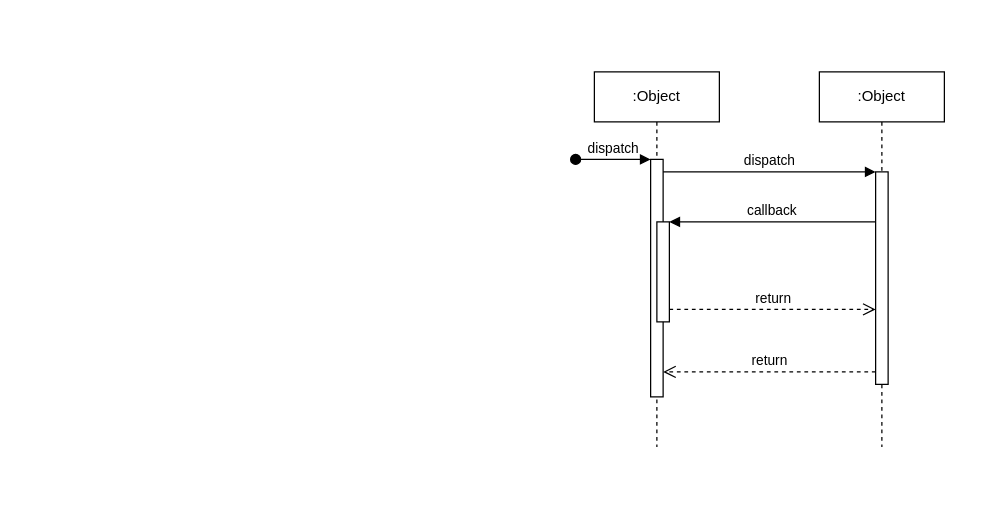
ahsansiddiqui2/ER_Diagram keeps this draw.io diagram as Sequence.drawio. Above is the earlier version. Source tidied: cells renumbered, new cells numbered last; positions are measured from the earlier drawing's top-left corner, leaving out a move shared by most shapes. Both pictures are drawn from the tidied source at 125%, with x=0, y=0 at pixel (575, 71).
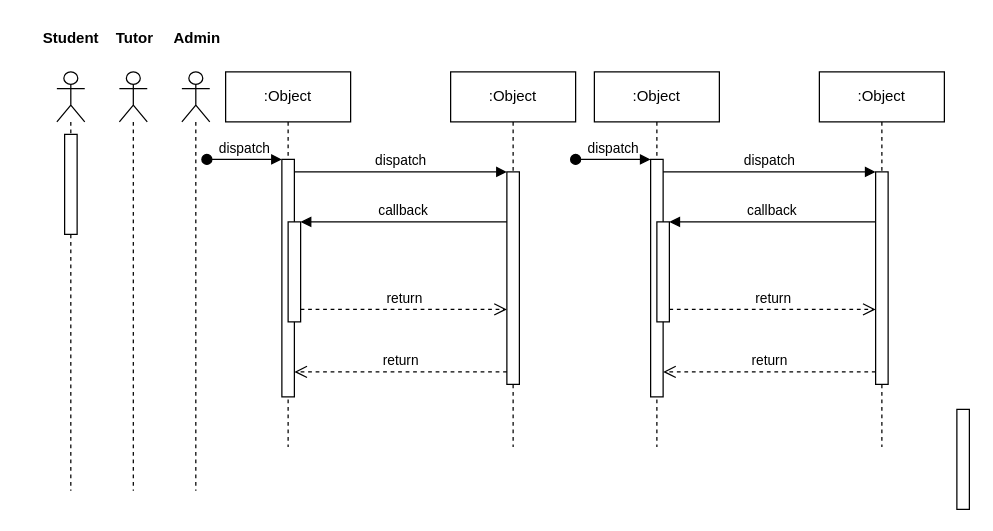
The same diagram, later.

Change to the diagram source:
```diff
@@
+    <mxCell id="12" style="shape=umlLifeline;perimeter=lifelinePerimeter;whiteSpace=wrap;html=1;newEdgeStyle={&quot;edgeStyle&quot;:&quot;elbowEdgeStyle&quot;,&quot;elbow&quot;:&quot;vertical&quot;,&quot;curved&quot;:0,&quot;rounded&quot;:0};participant=umlActor;" parent="1" vertex="1">
+      <mxGeometry x="-415" width="22.3" height="335" as="geometry" />
+    </mxCell>
+    <mxCell id="13" style="html=1;perimeter=orthogonalPerimeter;targetShapes=umlLifeline;newEdgeStyle={&quot;edgeStyle&quot;:&quot;elbowEdgeStyle&quot;,&quot;elbow&quot;:&quot;vertical&quot;,&quot;curved&quot;:0,&quot;rounded&quot;:0};" parent="12" vertex="1">
+      <mxGeometry x="6.2" y="50" width="10" height="80" as="geometry" />
+    </mxCell>
+    <mxCell id="14" style="shape=umlLifeline;perimeter=lifelinePerimeter;whiteSpace=wrap;html=1;newEdgeStyle={&quot;edgeStyle&quot;:&quot;elbowEdgeStyle&quot;,&quot;elbow&quot;:&quot;vertical&quot;,&quot;curved&quot;:0,&quot;rounded&quot;:0};participant=umlActor;" parent="1" vertex="1">
+      <mxGeometry x="-365" width="22.3" height="335" as="geometry" />
+    </mxCell>
+    <mxCell id="15" style="shape=umlLifeline;perimeter=lifelinePerimeter;whiteSpace=wrap;html=1;newEdgeStyle={&quot;edgeStyle&quot;:&quot;elbowEdgeStyle&quot;,&quot;elbow&quot;:&quot;vertical&quot;,&quot;curved&quot;:0,&quot;rounded&quot;:0};participant=umlActor;" parent="1" vertex="1">
+      <mxGeometry x="-315" width="22.3" height="335" as="geometry" />
+    </mxCell>
+    <mxCell id="16" value="Student" style="text;align=center;fontStyle=1;verticalAlign=middle;spacingLeft=3;spacingRight=3;strokeColor=none;html=1;" parent="1" vertex="1">
+      <mxGeometry x="-443.8" y="-40" width="80" height="26" as="geometry" />
+    </mxCell>
+    <mxCell id="17" value="&lt;div&gt;Tutor&lt;/div&gt;" style="text;align=center;fontStyle=1;verticalAlign=middle;spacingLeft=3;spacingRight=3;strokeColor=none;html=1;" parent="1" vertex="1">
+      <mxGeometry x="-392.7" y="-40" width="80" height="26" as="geometry" />
+    </mxCell>
+    <mxCell id="18" value="Admin" style="text;align=center;fontStyle=1;verticalAlign=middle;spacingLeft=3;spacingRight=3;strokeColor=none;html=1;" parent="1" vertex="1">
+      <mxGeometry x="-342.7" y="-40" width="80" height="26" as="geometry" />
+    </mxCell>
+    <mxCell id="19" style="html=1;perimeter=orthogonalPerimeter;targetShapes=umlLifeline;newEdgeStyle={&quot;edgeStyle&quot;:&quot;elbowEdgeStyle&quot;,&quot;elbow&quot;:&quot;vertical&quot;,&quot;curved&quot;:0,&quot;rounded&quot;:0};" parent="1" vertex="1">
+      <mxGeometry x="305" y="270" width="10" height="80" as="geometry" />
+    </mxCell>
+    <mxCell id="20" value=":Object" style="shape=umlLifeline;perimeter=lifelinePerimeter;whiteSpace=wrap;html=1;newEdgeStyle={&quot;edgeStyle&quot;:&quot;elbowEdgeStyle&quot;,&quot;elbow&quot;:&quot;vertical&quot;,&quot;curved&quot;:0,&quot;rounded&quot;:0};" parent="1" vertex="1">
+      <mxGeometry x="-280" width="100" height="300" as="geometry" />
+    </mxCell>
+    <mxCell id="21" style="html=1;points=[];perimeter=orthogonalPerimeter;outlineConnect=0;targetShapes=umlLifeline;portConstraint=eastwest;newEdgeStyle={&quot;edgeStyle&quot;:&quot;elbowEdgeStyle&quot;,&quot;elbow&quot;:&quot;vertical&quot;,&quot;curved&quot;:0,&quot;rounded&quot;:0};" parent="20" vertex="1">
+      <mxGeometry x="45" y="70" width="10" height="190" as="geometry" />
+    </mxCell>
+    <mxCell id="22" value="dispatch" style="html=1;verticalAlign=bottom;startArrow=oval;endArrow=block;startSize=8;edgeStyle=elbowEdgeStyle;elbow=vertical;curved=0;rounded=0;" parent="20" edge="1" target="21">
+      <mxGeometry relative="1" as="geometry">
+        <mxPoint x="-15" y="70" as="sourcePoint" />
+      </mxGeometry>
+    </mxCell>
+    <mxCell id="23" style="html=1;points=[];perimeter=orthogonalPerimeter;outlineConnect=0;targetShapes=umlLifeline;portConstraint=eastwest;newEdgeStyle={&quot;edgeStyle&quot;:&quot;elbowEdgeStyle&quot;,&quot;elbow&quot;:&quot;vertical&quot;,&quot;curved&quot;:0,&quot;rounded&quot;:0};" parent="20" vertex="1">
+      <mxGeometry x="50" y="120" width="10" height="80" as="geometry" />
+    </mxCell>
+    <mxCell id="24" value=":Object" style="shape=umlLifeline;perimeter=lifelinePerimeter;whiteSpace=wrap;html=1;newEdgeStyle={&quot;edgeStyle&quot;:&quot;elbowEdgeStyle&quot;,&quot;elbow&quot;:&quot;vertical&quot;,&quot;curved&quot;:0,&quot;rounded&quot;:0};" parent="1" vertex="1">
+      <mxGeometry x="-100" width="100" height="300" as="geometry" />
+    </mxCell>
+    <mxCell id="25" style="html=1;points=[];perimeter=orthogonalPerimeter;outlineConnect=0;targetShapes=umlLifeline;portConstraint=eastwest;newEdgeStyle={&quot;edgeStyle&quot;:&quot;elbowEdgeStyle&quot;,&quot;elbow&quot;:&quot;vertical&quot;,&quot;curved&quot;:0,&quot;rounded&quot;:0};" parent="24" vertex="1">
+      <mxGeometry x="45" y="80" width="10" height="170" as="geometry" />
+    </mxCell>
+    <mxCell id="26" value="dispatch" style="html=1;verticalAlign=bottom;endArrow=block;edgeStyle=elbowEdgeStyle;elbow=vertical;curved=0;rounded=0;" parent="1" edge="1" source="21" target="25">
+      <mxGeometry relative="1" as="geometry">
+        <Array as="points">
+          <mxPoint x="-140" y="80" />
+        </Array>
+      </mxGeometry>
+    </mxCell>
+    <mxCell id="27" value="return" style="html=1;verticalAlign=bottom;endArrow=open;dashed=1;endSize=8;edgeStyle=elbowEdgeStyle;elbow=vertical;curved=0;rounded=0;" parent="1" edge="1" source="25" target="21">
+      <mxGeometry relative="1" as="geometry">
+        <Array as="points">
+          <mxPoint x="-130" y="240" />
+        </Array>
+      </mxGeometry>
+    </mxCell>
+    <mxCell id="28" value="callback" style="html=1;verticalAlign=bottom;endArrow=block;edgeStyle=elbowEdgeStyle;elbow=vertical;curved=0;rounded=0;" parent="1" edge="1" source="25" target="23">
+      <mxGeometry relative="1" as="geometry">
+        <Array as="points">
+          <mxPoint x="-130" y="120" />
+        </Array>
+      </mxGeometry>
+    </mxCell>
+    <mxCell id="29" value="return" style="html=1;verticalAlign=bottom;endArrow=open;dashed=1;endSize=8;edgeStyle=elbowEdgeStyle;elbow=vertical;curved=0;rounded=0;" parent="1" edge="1" source="23" target="25">
+      <mxGeometry relative="1" as="geometry">
+        <Array as="points">
+          <mxPoint x="-140" y="190" />
+        </Array>
+      </mxGeometry>
+    </mxCell>
```
